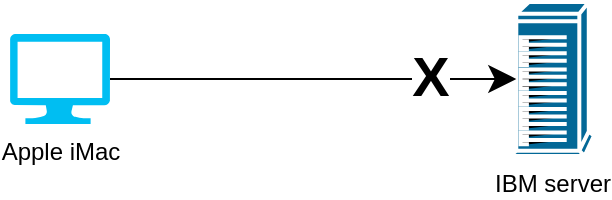
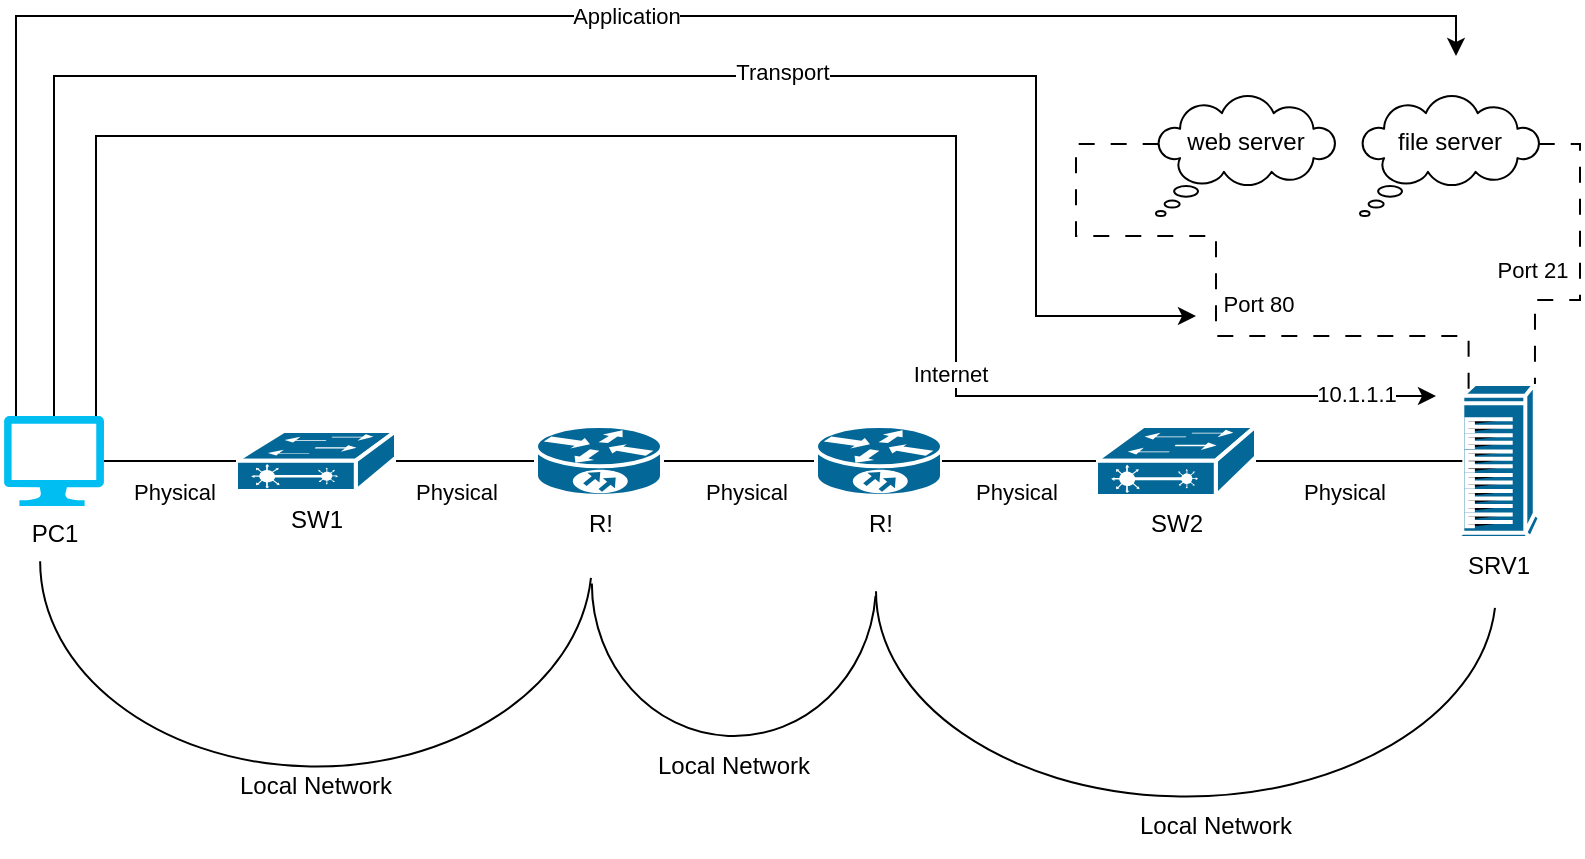
<mxfile host="app.diagrams.net">
  <diagram name="Page-1" id="g1URzCCbqYptWRjFn7HZ">
    <mxGraphModel dx="1030" dy="553" grid="1" gridSize="10" guides="1" tooltips="1" connect="1" arrows="1" fold="1" page="1" pageScale="1" pageWidth="850" pageHeight="1100" math="0" shadow="0">
      <root>
        <mxCell id="0" />
        <mxCell id="1" parent="0" />
-         <mxCell id="s7GuHbFnQa1iIxGnBfUh-5" parent="1" style="verticalLabelPosition=bottom;html=1;verticalAlign=top;align=center;strokeColor=none;fillColor=#00BEF2;shape=mxgraph.azure.computer;pointerEvents=1;" value="&lt;div&gt;Apple iMac&lt;/div&gt;&lt;div&gt;&lt;br&gt;&lt;/div&gt;" vertex="1">
-           <mxGeometry height="45" width="50" x="220" y="210" as="geometry" />
+         <mxCell id="s7GuHbFnQa1iIxGnBfUh-10" parent="1" style="verticalLabelPosition=bottom;html=1;verticalAlign=top;align=center;strokeColor=none;fillColor=#00BEF2;shape=mxgraph.azure.computer;pointerEvents=1;" value="PC1" vertex="1">
+           <mxGeometry height="45" width="50" x="34" y="360" as="geometry" />
        </mxCell>
-         <mxCell id="s7GuHbFnQa1iIxGnBfUh-6" parent="1" style="sketch=0;html=1;pointerEvents=1;dashed=0;fillColor=#036897;strokeColor=#ffffff;strokeWidth=2;verticalLabelPosition=bottom;verticalAlign=top;align=center;outlineConnect=0;shape=mxgraph.cisco.computers_and_peripherals.ibm_tower;" value="IBM server" vertex="1">
-           <mxGeometry height="77" width="42" x="470" y="194" as="geometry" />
-         </mxCell>
-         <mxCell id="s7GuHbFnQa1iIxGnBfUh-7" edge="1" parent="1" source="s7GuHbFnQa1iIxGnBfUh-5" style="edgeStyle=orthogonalEdgeStyle;rounded=0;orthogonalLoop=1;jettySize=auto;html=1;entryX=0.075;entryY=0.5;entryDx=0;entryDy=0;entryPerimeter=0;fontStyle=0;startSize=10;endSize=11;" target="s7GuHbFnQa1iIxGnBfUh-6">
+         <mxCell id="s7GuHbFnQa1iIxGnBfUh-20" edge="1" parent="1" source="s7GuHbFnQa1iIxGnBfUh-11" style="edgeStyle=orthogonalEdgeStyle;rounded=0;orthogonalLoop=1;jettySize=auto;html=1;entryX=0;entryY=0.5;entryDx=0;entryDy=0;entryPerimeter=0;endArrow=none;endFill=0;" target="s7GuHbFnQa1iIxGnBfUh-12">
          <mxGeometry relative="1" as="geometry" />
        </mxCell>
-         <mxCell id="s7GuHbFnQa1iIxGnBfUh-8" connectable="0" parent="s7GuHbFnQa1iIxGnBfUh-7" style="edgeLabel;html=1;align=center;verticalAlign=middle;resizable=0;points=[];fontStyle=1;fontSize=28;" value="X" vertex="1">
-           <mxGeometry relative="1" x="0.2129" y="-1" as="geometry">
-             <mxPoint x="37" y="-3" as="offset" />
+         <mxCell id="s7GuHbFnQa1iIxGnBfUh-32" connectable="0" parent="s7GuHbFnQa1iIxGnBfUh-20" style="edgeLabel;html=1;align=center;verticalAlign=middle;resizable=0;points=[];" value="Physical" vertex="1">
+           <mxGeometry relative="1" x="0.2343" y="-2" as="geometry">
+             <mxPoint x="-13" y="13" as="offset" />
          </mxGeometry>
+         </mxCell>
+         <mxCell id="s7GuHbFnQa1iIxGnBfUh-11" parent="1" style="strokeColor=#ffffff;sketch=0;html=1;pointerEvents=1;dashed=0;fillColor=#036897;strokeWidth=2;verticalLabelPosition=bottom;verticalAlign=top;align=center;outlineConnect=0;shape=mxgraph.cisco.switches.layer_2_remote_switch;" value="&lt;div&gt;SW1&lt;/div&gt;&lt;div&gt;&lt;br&gt;&lt;/div&gt;" vertex="1">
+           <mxGeometry height="30" width="80" x="150" y="367.5" as="geometry" />
+         </mxCell>
+         <mxCell id="s7GuHbFnQa1iIxGnBfUh-21" edge="1" parent="1" source="s7GuHbFnQa1iIxGnBfUh-12" style="edgeStyle=orthogonalEdgeStyle;rounded=0;orthogonalLoop=1;jettySize=auto;html=1;entryX=0;entryY=0.5;entryDx=0;entryDy=0;entryPerimeter=0;endArrow=none;endFill=0;" target="s7GuHbFnQa1iIxGnBfUh-13">
+           <mxGeometry relative="1" as="geometry" />
+         </mxCell>
+         <mxCell id="s7GuHbFnQa1iIxGnBfUh-33" connectable="0" parent="s7GuHbFnQa1iIxGnBfUh-21" style="edgeLabel;html=1;align=center;verticalAlign=middle;resizable=0;points=[];" value="Physical" vertex="1">
+           <mxGeometry relative="1" x="0.0961" y="-1" as="geometry">
+             <mxPoint y="14" as="offset" />
+           </mxGeometry>
+         </mxCell>
+         <mxCell id="s7GuHbFnQa1iIxGnBfUh-12" parent="1" style="strokeColor=#ffffff;sketch=0;html=1;pointerEvents=1;dashed=0;fillColor=#036897;strokeWidth=2;verticalLabelPosition=bottom;verticalAlign=top;align=center;outlineConnect=0;shape=mxgraph.cisco.routers.10700;" value="&lt;div&gt;R!&lt;/div&gt;&lt;div&gt;&lt;br&gt;&lt;/div&gt;" vertex="1">
+           <mxGeometry height="35" width="63" x="300" y="365" as="geometry" />
+         </mxCell>
+         <mxCell id="s7GuHbFnQa1iIxGnBfUh-13" parent="1" style="strokeColor=#ffffff;sketch=0;html=1;pointerEvents=1;dashed=0;fillColor=#036897;strokeWidth=2;verticalLabelPosition=bottom;verticalAlign=top;align=center;outlineConnect=0;shape=mxgraph.cisco.routers.10700;" value="&lt;div&gt;R!&lt;/div&gt;&lt;div&gt;&lt;br&gt;&lt;/div&gt;" vertex="1">
+           <mxGeometry height="35" width="63" x="440" y="365" as="geometry" />
+         </mxCell>
+         <mxCell id="s7GuHbFnQa1iIxGnBfUh-14" parent="1" style="strokeColor=#ffffff;sketch=0;html=1;pointerEvents=1;dashed=0;fillColor=#036897;strokeWidth=2;verticalLabelPosition=bottom;verticalAlign=top;align=center;outlineConnect=0;shape=mxgraph.cisco.switches.layer_2_remote_switch;" value="&lt;div&gt;SW2&lt;/div&gt;&lt;div&gt;&lt;br&gt;&lt;/div&gt;" vertex="1">
+           <mxGeometry height="35" width="80" x="580" y="365" as="geometry" />
+         </mxCell>
+         <mxCell id="s7GuHbFnQa1iIxGnBfUh-16" parent="1" style="sketch=0;html=1;pointerEvents=1;dashed=0;fillColor=#036897;strokeColor=#ffffff;strokeWidth=2;verticalLabelPosition=bottom;verticalAlign=top;align=center;outlineConnect=0;shape=mxgraph.cisco.computers_and_peripherals.ibm_tower;" value="&lt;div&gt;SRV1&lt;/div&gt;&lt;div&gt;&lt;br&gt;&lt;/div&gt;" vertex="1">
+           <mxGeometry height="77" width="42" x="760" y="344" as="geometry" />
+         </mxCell>
+         <mxCell id="s7GuHbFnQa1iIxGnBfUh-19" edge="1" parent="1" source="s7GuHbFnQa1iIxGnBfUh-10" style="edgeStyle=orthogonalEdgeStyle;rounded=0;orthogonalLoop=1;jettySize=auto;html=1;entryX=0;entryY=0.5;entryDx=0;entryDy=0;entryPerimeter=0;endArrow=none;endFill=0;" target="s7GuHbFnQa1iIxGnBfUh-11">
+           <mxGeometry relative="1" as="geometry" />
+         </mxCell>
+         <mxCell id="s7GuHbFnQa1iIxGnBfUh-31" connectable="0" parent="s7GuHbFnQa1iIxGnBfUh-19" style="edgeLabel;html=1;align=center;verticalAlign=middle;resizable=0;points=[];" value="Physical" vertex="1">
+           <mxGeometry relative="1" x="0.1273" as="geometry">
+             <mxPoint x="-2" y="15" as="offset" />
+           </mxGeometry>
+         </mxCell>
+         <mxCell id="s7GuHbFnQa1iIxGnBfUh-22" edge="1" parent="1" source="s7GuHbFnQa1iIxGnBfUh-13" style="edgeStyle=orthogonalEdgeStyle;rounded=0;orthogonalLoop=1;jettySize=auto;html=1;entryX=0;entryY=0.5;entryDx=0;entryDy=0;entryPerimeter=0;endArrow=none;endFill=0;" target="s7GuHbFnQa1iIxGnBfUh-14">
+           <mxGeometry relative="1" as="geometry" />
+         </mxCell>
+         <mxCell id="s7GuHbFnQa1iIxGnBfUh-34" connectable="0" parent="s7GuHbFnQa1iIxGnBfUh-22" style="edgeLabel;html=1;align=center;verticalAlign=middle;resizable=0;points=[];" value="Physical" vertex="1">
+           <mxGeometry relative="1" x="-0.1896" y="-1" as="geometry">
+             <mxPoint x="6" y="14" as="offset" />
+           </mxGeometry>
+         </mxCell>
+         <mxCell id="s7GuHbFnQa1iIxGnBfUh-23" edge="1" parent="1" source="s7GuHbFnQa1iIxGnBfUh-14" style="edgeStyle=orthogonalEdgeStyle;rounded=0;orthogonalLoop=1;jettySize=auto;html=1;entryX=0.075;entryY=0.5;entryDx=0;entryDy=0;entryPerimeter=0;endArrow=none;endFill=0;" target="s7GuHbFnQa1iIxGnBfUh-16">
+           <mxGeometry relative="1" as="geometry" />
+         </mxCell>
+         <mxCell id="s7GuHbFnQa1iIxGnBfUh-35" connectable="0" parent="s7GuHbFnQa1iIxGnBfUh-23" style="edgeLabel;html=1;align=center;verticalAlign=middle;resizable=0;points=[];" value="Physical" vertex="1">
+           <mxGeometry relative="1" x="-0.143" y="1" as="geometry">
+             <mxPoint y="16" as="offset" />
+           </mxGeometry>
+         </mxCell>
+         <mxCell id="s7GuHbFnQa1iIxGnBfUh-24" parent="1" style="whiteSpace=wrap;html=1;shape=mxgraph.basic.cloud_callout" value="&lt;div&gt;web server&lt;/div&gt;&lt;div&gt;&lt;br&gt;&lt;/div&gt;" vertex="1">
+           <mxGeometry height="60" width="90" x="610" y="200" as="geometry" />
+         </mxCell>
+         <mxCell id="s7GuHbFnQa1iIxGnBfUh-25" parent="1" style="whiteSpace=wrap;html=1;shape=mxgraph.basic.cloud_callout" value="&lt;div&gt;file server&lt;/div&gt;&lt;div&gt;&lt;br&gt;&lt;/div&gt;" vertex="1">
+           <mxGeometry height="60" width="90" x="712" y="200" as="geometry" />
+         </mxCell>
+         <mxCell id="s7GuHbFnQa1iIxGnBfUh-26" edge="1" parent="1" source="s7GuHbFnQa1iIxGnBfUh-24" style="edgeStyle=orthogonalEdgeStyle;rounded=0;orthogonalLoop=1;jettySize=auto;html=1;entryX=0.15;entryY=0.04;entryDx=0;entryDy=0;entryPerimeter=0;exitX=0.015;exitY=0.4;exitDx=0;exitDy=0;exitPerimeter=0;dashed=1;dashPattern=8 8;endArrow=none;endFill=0;" target="s7GuHbFnQa1iIxGnBfUh-16">
+           <mxGeometry relative="1" as="geometry">
+             <Array as="points">
+               <mxPoint x="570" y="224" />
+               <mxPoint x="570" y="270" />
+               <mxPoint x="640" y="270" />
+               <mxPoint x="640" y="320" />
+               <mxPoint x="766" y="320" />
+             </Array>
+           </mxGeometry>
+         </mxCell>
+         <mxCell id="s7GuHbFnQa1iIxGnBfUh-29" connectable="0" parent="s7GuHbFnQa1iIxGnBfUh-26" style="edgeLabel;html=1;align=center;verticalAlign=middle;resizable=0;points=[];" value="&lt;div&gt;Port 80&lt;/div&gt;" vertex="1">
+           <mxGeometry relative="1" x="0.4945" as="geometry">
+             <mxPoint x="-41" y="-16" as="offset" />
+           </mxGeometry>
+         </mxCell>
+         <mxCell id="s7GuHbFnQa1iIxGnBfUh-27" edge="1" parent="1" source="s7GuHbFnQa1iIxGnBfUh-25" style="edgeStyle=orthogonalEdgeStyle;rounded=0;orthogonalLoop=1;jettySize=auto;html=1;entryX=0.94;entryY=0;entryDx=0;entryDy=0;entryPerimeter=0;exitX=0.993;exitY=0.4;exitDx=0;exitDy=0;exitPerimeter=0;dashed=1;dashPattern=8 8;endArrow=none;endFill=0;" target="s7GuHbFnQa1iIxGnBfUh-16">
+           <mxGeometry relative="1" as="geometry" />
+         </mxCell>
+         <mxCell id="s7GuHbFnQa1iIxGnBfUh-30" connectable="0" parent="s7GuHbFnQa1iIxGnBfUh-27" style="edgeLabel;html=1;align=center;verticalAlign=middle;resizable=0;points=[];" value="&lt;div&gt;Port 21&lt;/div&gt;" vertex="1">
+           <mxGeometry relative="1" x="0.2558" y="-1" as="geometry">
+             <mxPoint x="-20" y="-14" as="offset" />
+           </mxGeometry>
+         </mxCell>
+         <mxCell id="s7GuHbFnQa1iIxGnBfUh-37" edge="1" parent="1" source="s7GuHbFnQa1iIxGnBfUh-10" style="edgeStyle=orthogonalEdgeStyle;rounded=0;orthogonalLoop=1;jettySize=auto;html=1;">
+           <mxGeometry relative="1" as="geometry">
+             <Array as="points">
+               <mxPoint x="40" y="160" />
+             </Array>
+             <mxPoint x="760" y="180" as="targetPoint" />
+           </mxGeometry>
+         </mxCell>
+         <mxCell id="s7GuHbFnQa1iIxGnBfUh-38" connectable="0" parent="s7GuHbFnQa1iIxGnBfUh-37" style="edgeLabel;html=1;align=center;verticalAlign=middle;resizable=0;points=[];" value="&lt;div&gt;Application&lt;/div&gt;" vertex="1">
+           <mxGeometry relative="1" x="0.0508" y="-1" as="geometry">
+             <mxPoint x="11" y="-1" as="offset" />
+           </mxGeometry>
+         </mxCell>
+         <mxCell id="s7GuHbFnQa1iIxGnBfUh-39" edge="1" parent="1" source="s7GuHbFnQa1iIxGnBfUh-10" style="edgeStyle=orthogonalEdgeStyle;rounded=0;orthogonalLoop=1;jettySize=auto;html=1;exitX=0.5;exitY=0;exitDx=0;exitDy=0;exitPerimeter=0;">
+           <mxGeometry relative="1" as="geometry">
+             <Array as="points">
+               <mxPoint x="59" y="190" />
+               <mxPoint x="550" y="190" />
+               <mxPoint x="550" y="310" />
+             </Array>
+             <mxPoint x="630" y="310" as="targetPoint" />
+           </mxGeometry>
+         </mxCell>
+         <mxCell id="s7GuHbFnQa1iIxGnBfUh-40" connectable="0" parent="s7GuHbFnQa1iIxGnBfUh-39" style="edgeLabel;html=1;align=center;verticalAlign=middle;resizable=0;points=[];" value="Transport" vertex="1">
+           <mxGeometry relative="1" x="0.2402" y="2" as="geometry">
+             <mxPoint as="offset" />
+           </mxGeometry>
+         </mxCell>
+         <mxCell id="s7GuHbFnQa1iIxGnBfUh-41" edge="1" parent="1" source="s7GuHbFnQa1iIxGnBfUh-10" style="edgeStyle=orthogonalEdgeStyle;rounded=0;orthogonalLoop=1;jettySize=auto;html=1;">
+           <mxGeometry relative="1" as="geometry">
+             <Array as="points">
+               <mxPoint x="80" y="220" />
+               <mxPoint x="510" y="220" />
+             </Array>
+             <mxPoint x="750" y="350" as="targetPoint" />
+           </mxGeometry>
+         </mxCell>
+         <mxCell id="s7GuHbFnQa1iIxGnBfUh-42" connectable="0" parent="s7GuHbFnQa1iIxGnBfUh-41" style="edgeLabel;html=1;align=center;verticalAlign=middle;resizable=0;points=[];" value="Internet" vertex="1">
+           <mxGeometry relative="1" x="0.4714" y="-3" as="geometry">
+             <mxPoint y="-3" as="offset" />
+           </mxGeometry>
+         </mxCell>
+         <mxCell id="s7GuHbFnQa1iIxGnBfUh-43" connectable="0" parent="s7GuHbFnQa1iIxGnBfUh-41" style="edgeLabel;html=1;align=center;verticalAlign=middle;resizable=0;points=[];" value="10.1.1.1" vertex="1">
+           <mxGeometry relative="1" x="0.9174" as="geometry">
+             <mxPoint x="-1" y="-1" as="offset" />
+           </mxGeometry>
+         </mxCell>
+         <mxCell id="s7GuHbFnQa1iIxGnBfUh-46" parent="1" style="shape=mxgraph.basic.arc;html=1;startAngle=0.26283312078239;endAngle=0.75;endArrow=none;endFill=0;rotation=0;startArrow=classic;startFill=1;" value="" vertex="1">
+           <mxGeometry height="205.26" width="275.86" x="52.07" y="330" as="geometry" />
+         </mxCell>
+         <mxCell id="s7GuHbFnQa1iIxGnBfUh-47" parent="1" style="shape=mxgraph.basic.arc;html=1;startAngle=0.26283312078239;endAngle=0.75;endArrow=none;endFill=0;rotation=0;startArrow=classic;startFill=1;" value="" vertex="1">
+           <mxGeometry height="152.5" width="142.07" x="327.93" y="367.5" as="geometry" />
+         </mxCell>
+         <mxCell id="s7GuHbFnQa1iIxGnBfUh-48" parent="1" style="shape=mxgraph.basic.arc;html=1;startAngle=0.26283312078239;endAngle=0.75;endArrow=none;endFill=0;rotation=0;startArrow=classic;startFill=1;" value="" vertex="1">
+           <mxGeometry height="205.26" width="310" x="470" y="345" as="geometry" />
+         </mxCell>
+         <mxCell id="s7GuHbFnQa1iIxGnBfUh-49" parent="1" style="text;html=1;whiteSpace=wrap;strokeColor=none;fillColor=none;align=center;verticalAlign=middle;rounded=0;" value="Local Network" vertex="1">
+           <mxGeometry height="30" width="100" x="140" y="530" as="geometry" />
+         </mxCell>
+         <mxCell id="s7GuHbFnQa1iIxGnBfUh-50" parent="1" style="text;html=1;whiteSpace=wrap;strokeColor=none;fillColor=none;align=center;verticalAlign=middle;rounded=0;" value="Local Network" vertex="1">
+           <mxGeometry height="30" width="100" x="348.97" y="520" as="geometry" />
+         </mxCell>
+         <mxCell id="s7GuHbFnQa1iIxGnBfUh-51" parent="1" style="text;html=1;whiteSpace=wrap;strokeColor=none;fillColor=none;align=center;verticalAlign=middle;rounded=0;" value="Local Network" vertex="1">
+           <mxGeometry height="30" width="100" x="590" y="550.26" as="geometry" />
        </mxCell>
      </root>
    </mxGraphModel>
  </diagram>
</mxfile>
